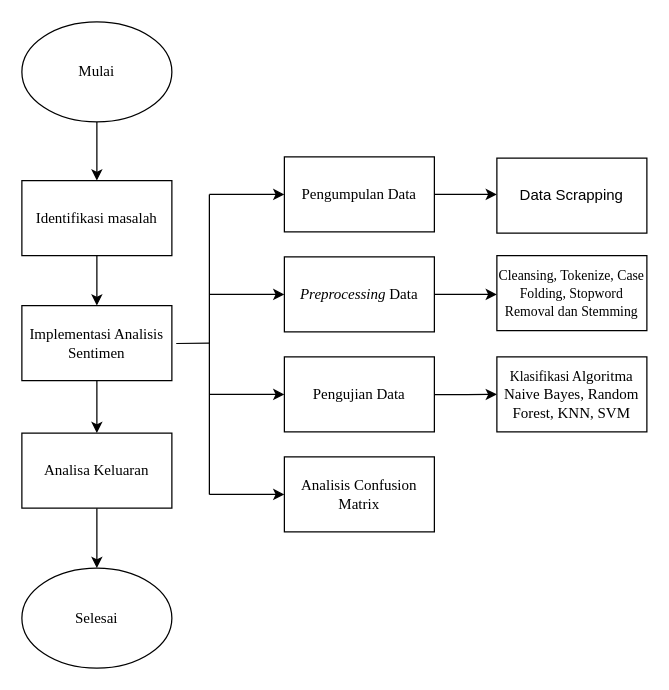
Earlier version of the draw.io diagram Diagram Tanpa Judul.drawio (willSeoo/Analisis-Sentimen-Dompet-Digital). Source tidied: cells renumbered, new cells numbered last; positions are measured from the earlier drawing's top-left corner, leaving out a move shared by most shapes. Both pictures are drawn from the tidied source at 125%, with x=0, y=0 at pixel (21, 21).
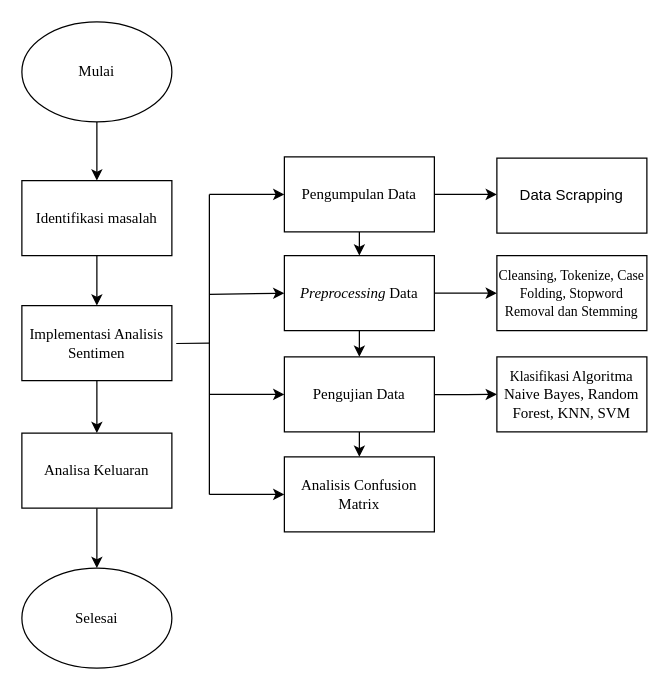
Above is the later version.

Unchanged cells that the change refers to:
```xml
<mxCell id="11" value="Pengumpulan Data" style="whiteSpace=wrap;html=1;rounded=0;fontFamily=Times New Roman;" parent="1" vertex="1">
  <mxGeometry x="210" y="108" width="120" height="60" as="geometry" />
</mxCell>
<mxCell id="19" value="&lt;font face=&quot;Times New Roman&quot; style=&quot;font-size: 11px;&quot;&gt;Cleansing, Tokenize, Case Folding,&amp;nbsp;Stopword Removal dan Stemming&lt;/font&gt;" style="whiteSpace=wrap;html=1;rounded=0;" parent="1" vertex="1">
  <mxGeometry x="380" y="187" width="120" height="60" as="geometry" />
</mxCell>
<mxCell id="20" value="Pengujian&amp;nbsp;Data" style="rounded=0;whiteSpace=wrap;html=1;fontFamily=Times New Roman;" parent="1" vertex="1">
  <mxGeometry x="210" y="268" width="120" height="60" as="geometry" />
</mxCell>
<mxCell id="24" value="Analisis Confusion Matrix" style="rounded=0;whiteSpace=wrap;html=1;fontFamily=Times New Roman;" parent="1" vertex="1">
  <mxGeometry x="210" y="348" width="120" height="60" as="geometry" />
</mxCell>
```

What changed in the source:
```diff
@@
     <mxCell id="16" value="&lt;i&gt;Preprocessing&lt;/i&gt; Data" style="rounded=0;whiteSpace=wrap;html=1;fontFamily=Times New Roman;" parent="1" vertex="1">
-      <mxGeometry x="210" y="188" width="120" height="60" as="geometry" />
+      <mxGeometry x="210" y="187" width="120" height="60" as="geometry" />
     </mxCell>
@@
-    <mxCell id="18" style="edgeStyle=orthogonalEdgeStyle;rounded=0;jettySize=auto;html=1;exitX=1;exitY=0.5;exitDx=0;exitDy=0;entryX=0;entryY=0.5;entryDx=0;entryDy=0;fontFamily=Times New Roman;" parent="1" edge="1" source="16">
+    <mxCell id="18" style="edgeStyle=orthogonalEdgeStyle;rounded=0;jettySize=auto;html=1;entryX=0;entryY=0.5;entryDx=0;entryDy=0;fontFamily=Times New Roman;" parent="1" edge="1" target="19">
       <mxGeometry relative="1" as="geometry">
-        <mxPoint x="380" y="218" as="targetPoint" />
+        <mxPoint x="330" y="217" as="sourcePoint" />
+        <Array as="points">
+          <mxPoint x="360" y="217" />
+          <mxPoint x="360" y="217" />
+        </Array>
       </mxGeometry>
     </mxCell>
@@
+    <mxCell id="27" style="endArrow=classic;html=1;rounded=0;exitX=0.5;exitY=1;exitDx=0;exitDy=0;entryX=0.5;entryY=0;entryDx=0;entryDy=0;" parent="1" edge="1" source="11" target="16">
+      <mxGeometry relative="1" as="geometry" />
+    </mxCell>
+    <mxCell id="28" style="endArrow=classic;html=1;rounded=0;exitX=0.5;exitY=1;exitDx=0;exitDy=0;entryX=0.5;entryY=0;entryDx=0;entryDy=0;" parent="1" edge="1" source="16" target="20">
+      <mxGeometry relative="1" as="geometry" />
+    </mxCell>
+    <mxCell id="29" style="endArrow=classic;html=1;rounded=0;exitX=0.5;exitY=1;exitDx=0;exitDy=0;entryX=0.5;entryY=0;entryDx=0;entryDy=0;" parent="1" edge="1" source="20" target="24">
+      <mxGeometry relative="1" as="geometry" />
+    </mxCell>
```
